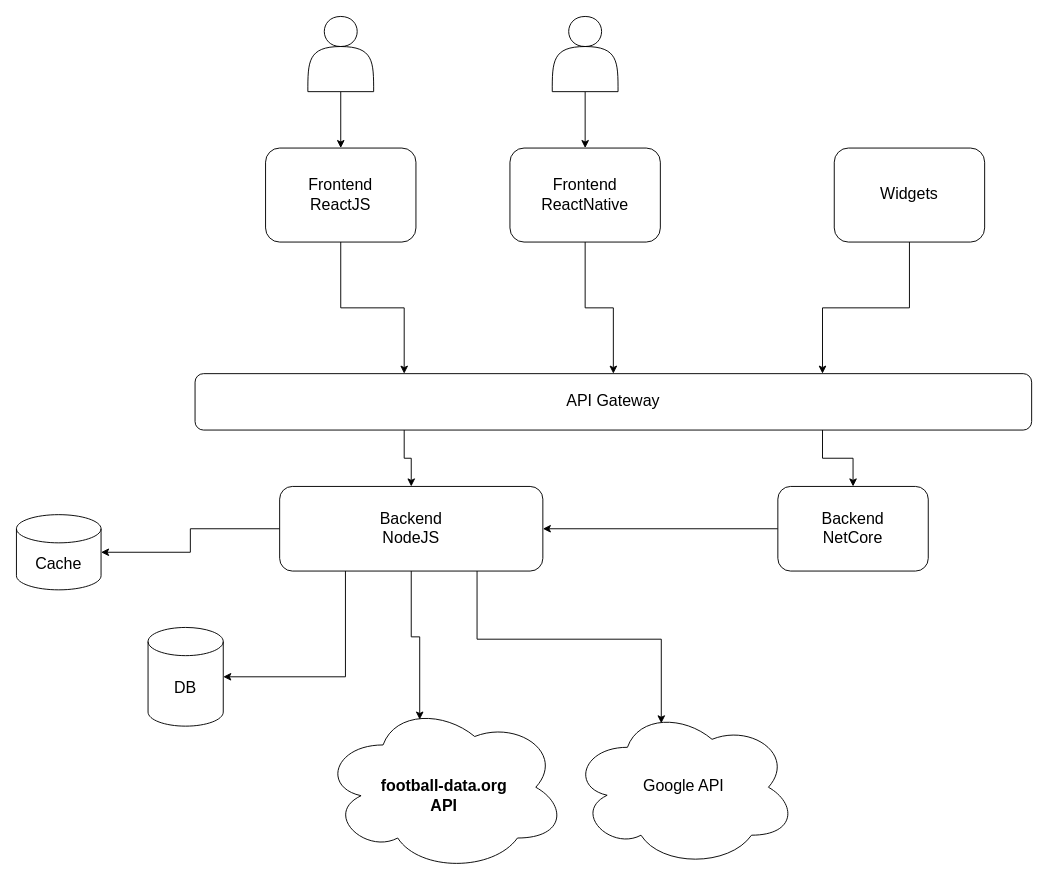
This is Diagram.drawio from MadoeryR/fball, a draw.io file, before an edit. Source tidied: cells renumbered, new cells numbered last; positions are measured from the earlier drawing's top-left corner, leaving out a move shared by most shapes. Both pictures are drawn from the tidied source at 94%, with x=0, y=0 at pixel (16, 16).
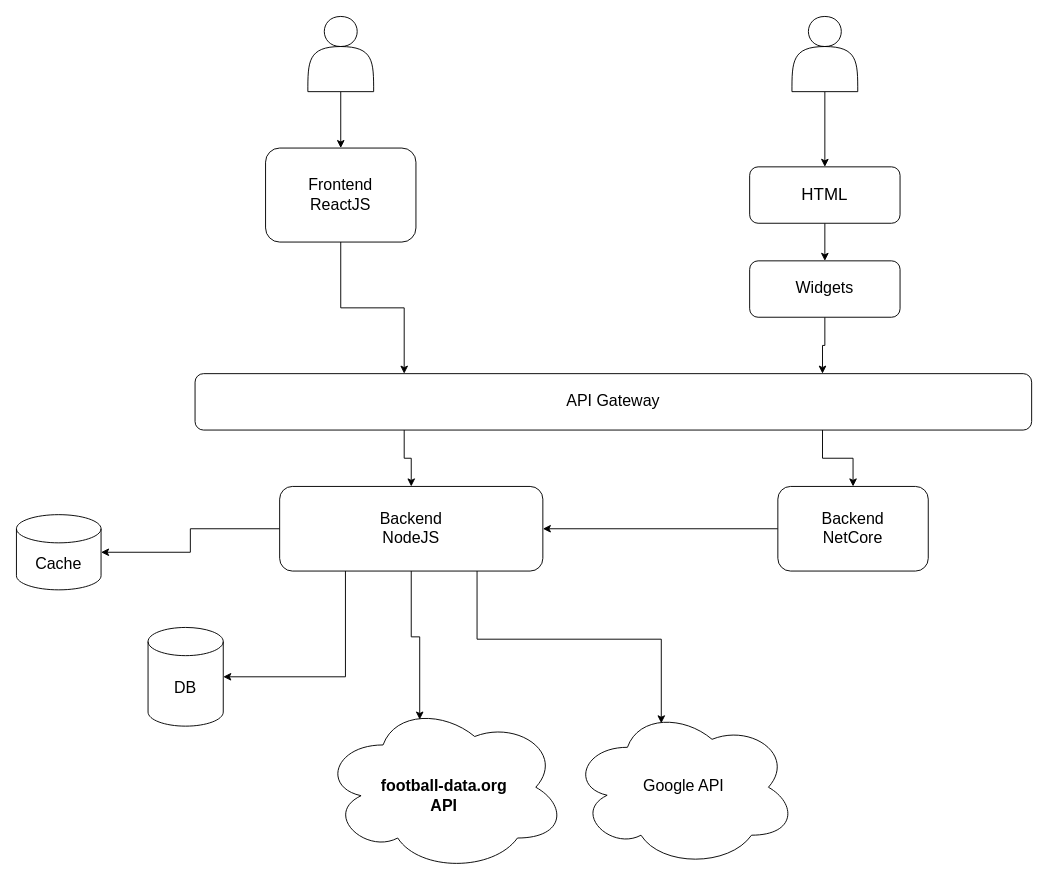
Above is the later version.

The change refers to these unchanged cells:
```xml
<mxCell id="23" value="API Gateway" style="rounded=1;whiteSpace=wrap;html=1;fontSize=17;" parent="1" vertex="1">
  <mxGeometry x="190" y="380" width="890" height="60" as="geometry" />
</mxCell>
```

What changed in the source:
```diff
@@
-    <mxCell id="5" style="edgeStyle=orthogonalEdgeStyle;rounded=0;jettySize=auto;html=1;exitX=0.5;exitY=1;exitDx=0;exitDy=0;fontSize=17;" parent="1" edge="1" source="6" target="23">
-      <mxGeometry relative="1" as="geometry" />
-    </mxCell>
-    <mxCell id="6" value="Frontend&lt;br&gt;ReactNative" style="rounded=1;whiteSpace=wrap;html=1;fontSize=17;" parent="1" vertex="1">
-      <mxGeometry x="525" y="140" width="160" height="100" as="geometry" />
-    </mxCell>
@@
-    <mxCell id="19" style="edgeStyle=orthogonalEdgeStyle;rounded=0;jettySize=auto;html=1;exitX=0.5;exitY=1;exitDx=0;exitDy=0;entryX=0.5;entryY=0;entryDx=0;entryDy=0;fontSize=17;" parent="1" edge="1" source="20" target="6">
+    <mxCell id="19" style="edgeStyle=orthogonalEdgeStyle;rounded=0;jettySize=auto;html=1;exitX=0.5;exitY=1;exitDx=0;exitDy=0;entryX=0.5;entryY=0;entryDx=0;entryDy=0;fontSize=17;" parent="1" edge="1" source="20" target="27">
       <mxGeometry relative="1" as="geometry" />
     </mxCell>
     <mxCell id="20" style="shape=actor;whiteSpace=wrap;html=1;fontSize=17;" parent="1" vertex="1">
-      <mxGeometry x="570" width="70" height="80" as="geometry" />
+      <mxGeometry x="825" width="70" height="80" as="geometry" />
     </mxCell>
@@
     <mxCell id="25" value="Widgets" style="rounded=1;whiteSpace=wrap;html=1;fontSize=17;" parent="1" vertex="1">
-      <mxGeometry x="870" y="140" width="160" height="100" as="geometry" />
+      <mxGeometry x="780" y="260" width="160" height="60" as="geometry" />
     </mxCell>
+    <mxCell id="26" style="edgeStyle=orthogonalEdgeStyle;rounded=0;jettySize=auto;html=1;entryX=0.5;entryY=0;entryDx=0;entryDy=0;fontSize=18;" parent="1" edge="1" source="27" target="25">
+      <mxGeometry relative="1" as="geometry" />
+    </mxCell>
+    <mxCell id="27" value="HTML" style="rounded=1;whiteSpace=wrap;html=1;fontSize=18;" parent="1" vertex="1">
+      <mxGeometry x="780" y="160" width="160" height="60" as="geometry" />
+    </mxCell>
```
